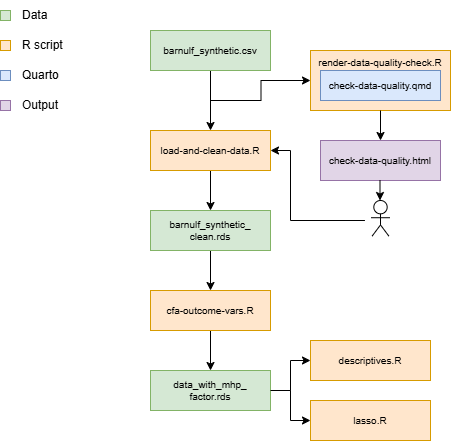
Before: figure-pipe.png, a diagram exported from draw.io (MagIvarsson/git-course-exam). Source tidied: cells renumbered, new cells last; positions are measured from the earlier drawing's top-left corner, leaving out a move shared by most shapes. Its diagram source:
```xml
<mxGraphModel>
  <root>
    <mxCell id="0" />
    <mxCell id="1" parent="0" />
    <mxCell id="2" value="render-data-quality-check.R" style="rounded=0;whiteSpace=wrap;html=1;fillColor=#ffe6cc;strokeColor=#d79b00;verticalAlign=top;fontSize=10;" parent="1" vertex="1">
      <mxGeometry x="310" y="50" width="140" height="60" as="geometry" />
    </mxCell>
    <mxCell id="3" style="edgeStyle=orthogonalEdgeStyle;rounded=0;jettySize=auto;html=1;exitX=0.5;exitY=1;exitDx=0;exitDy=0;entryX=0.5;entryY=0;entryDx=0;entryDy=0;fontSize=10;" parent="1" edge="1" source="4" target="12">
      <mxGeometry relative="1" as="geometry" />
    </mxCell>
    <mxCell id="4" value="load-and-clean-data.R" style="rounded=0;whiteSpace=wrap;html=1;fillColor=#ffe6cc;strokeColor=#d79b00;fontSize=10;" parent="1" vertex="1">
      <mxGeometry x="150" y="130" width="120" height="40" as="geometry" />
    </mxCell>
    <mxCell id="5" style="rounded=0;whiteSpace=wrap;html=1;fillColor=#d5e8d4;strokeColor=#82b366;" parent="1" vertex="1">
      <mxGeometry y="10" width="10" height="10" as="geometry" />
    </mxCell>
    <mxCell id="6" value="Data" style="text;html=1;whiteSpace=wrap;strokeColor=none;fillColor=none;align=left;verticalAlign=middle;rounded=0;" parent="1" vertex="1">
      <mxGeometry x="20" width="60" height="30" as="geometry" />
    </mxCell>
    <mxCell id="7" style="edgeStyle=orthogonalEdgeStyle;rounded=0;jettySize=auto;html=1;exitX=0.5;exitY=1;exitDx=0;exitDy=0;entryX=0.5;entryY=0;entryDx=0;entryDy=0;fontSize=10;" parent="1" edge="1" source="8" target="4">
      <mxGeometry relative="1" as="geometry" />
    </mxCell>
    <mxCell id="8" value="barnulf_synthetic.csv" style="rounded=0;whiteSpace=wrap;html=1;fillColor=#d5e8d4;strokeColor=#82b366;fontSize=10;" parent="1" vertex="1">
      <mxGeometry x="150" y="30" width="120" height="40" as="geometry" />
    </mxCell>
    <mxCell id="9" style="rounded=0;whiteSpace=wrap;html=1;fillColor=#ffe6cc;strokeColor=#d79b00;" parent="1" vertex="1">
      <mxGeometry y="40" width="10" height="10" as="geometry" />
    </mxCell>
    <mxCell id="10" value="R script" style="text;html=1;whiteSpace=wrap;strokeColor=none;fillColor=none;align=left;verticalAlign=middle;rounded=0;" parent="1" vertex="1">
      <mxGeometry x="20" y="30" width="60" height="30" as="geometry" />
    </mxCell>
    <mxCell id="11" style="edgeStyle=orthogonalEdgeStyle;rounded=0;jettySize=auto;html=1;" parent="1" edge="1" source="12" target="25">
      <mxGeometry relative="1" as="geometry" />
    </mxCell>
    <mxCell id="12" value="barnulf_synthetic_&lt;br&gt;clean.rds" style="rounded=0;whiteSpace=wrap;html=1;fillColor=#d5e8d4;strokeColor=#82b366;fontSize=10;" parent="1" vertex="1">
      <mxGeometry x="150" y="210" width="120" height="40" as="geometry" />
    </mxCell>
    <mxCell id="13" value="check-data-quality.html" style="rounded=0;whiteSpace=wrap;html=1;fillColor=#e1d5e7;strokeColor=#9673a6;fontSize=10;" parent="1" vertex="1">
      <mxGeometry x="320" y="140" width="120" height="40" as="geometry" />
    </mxCell>
    <mxCell id="14" style="edgeStyle=orthogonalEdgeStyle;rounded=0;jettySize=auto;html=1;fontSize=10;exitX=0.5;exitY=1;exitDx=0;exitDy=0;entryX=0.5;entryY=0;entryDx=0;entryDy=0;" parent="1" edge="1" source="2" target="13">
      <mxGeometry x="-0.7" relative="1" as="geometry" />
    </mxCell>
    <mxCell id="15" value="check-data-quality.qmd" style="rounded=0;whiteSpace=wrap;html=1;labelBackgroundColor=none;fillColor=#dae8fc;strokeColor=#6c8ebf;fillStyle=solid;fontSize=10;" parent="1" vertex="1">
      <mxGeometry x="320" y="70" width="120" height="30" as="geometry" />
    </mxCell>
    <mxCell id="16" style="shape=mermaidUsecaseActor;actorType=normal;verticalLabelPosition=bottom;verticalAlign=top;html=1;outlineConnect=0;fontSize=10;" parent="1" vertex="1">
      <mxGeometry x="364.4" y="200" width="31.1" height="40" as="geometry" />
    </mxCell>
    <mxCell id="17" style="endArrow=classic;html=1;rounded=0;edgeStyle=orthogonalEdgeStyle;fontSize=10;entryX=1;entryY=0.5;entryDx=0;entryDy=0;" parent="1" edge="1" source="16" target="4">
      <mxGeometry x="-0.2" relative="1" as="geometry">
        <Array as="points">
          <mxPoint x="290" y="220" />
          <mxPoint x="290" y="150" />
        </Array>
      </mxGeometry>
    </mxCell>
    <mxCell id="18" style="rounded=0;whiteSpace=wrap;html=1;fillColor=#dae8fc;strokeColor=#6c8ebf;" parent="1" vertex="1">
      <mxGeometry y="70" width="10" height="10" as="geometry" />
    </mxCell>
    <mxCell id="19" value="Quarto" style="text;html=1;whiteSpace=wrap;strokeColor=none;fillColor=none;align=left;verticalAlign=middle;rounded=0;" parent="1" vertex="1">
      <mxGeometry x="20" y="60" width="60" height="30" as="geometry" />
    </mxCell>
    <mxCell id="20" style="rounded=0;whiteSpace=wrap;html=1;fillColor=#e1d5e7;strokeColor=#9673a6;" parent="1" vertex="1">
      <mxGeometry y="100" width="10" height="10" as="geometry" />
    </mxCell>
    <mxCell id="21" value="Output" style="text;html=1;whiteSpace=wrap;strokeColor=none;fillColor=none;align=left;verticalAlign=middle;rounded=0;" parent="1" vertex="1">
      <mxGeometry x="20" y="90" width="60" height="30" as="geometry" />
    </mxCell>
    <mxCell id="22" style="edgeStyle=orthogonalEdgeStyle;rounded=0;jettySize=auto;html=1;entryX=0;entryY=0.5;entryDx=0;entryDy=0;fontSize=10;" parent="1" edge="1" target="2">
      <mxGeometry x="-0.43" relative="1" as="geometry">
        <mxPoint x="210" y="100" as="sourcePoint" />
      </mxGeometry>
    </mxCell>
    <mxCell id="23" style="edgeStyle=orthogonalEdgeStyle;rounded=0;orthogonalLoop=1;jettySize=auto;html=1;fontSize=10;exitX=0.5;exitY=1;exitDx=0;exitDy=0;entryX=0.5;entryY=0;entryDx=0;entryDy=0;" parent="1" edge="1">
      <mxGeometry x="-0.7" relative="1" as="geometry">
        <mxPoint x="379.5" y="180" as="sourcePoint" />
        <mxPoint x="379.5" y="200" as="targetPoint" />
      </mxGeometry>
    </mxCell>
    <mxCell id="24" style="edgeStyle=orthogonalEdgeStyle;rounded=0;jettySize=auto;html=1;" parent="1" edge="1" source="25" target="27">
      <mxGeometry relative="1" as="geometry" />
    </mxCell>
    <mxCell id="25" value="cfa-outcome-vars.R" style="rounded=0;whiteSpace=wrap;html=1;fillColor=#ffe6cc;strokeColor=#d79b00;fontSize=10;" parent="1" vertex="1">
      <mxGeometry x="150" y="290" width="120" height="40" as="geometry" />
    </mxCell>
    <mxCell id="26" style="edgeStyle=orthogonalEdgeStyle;rounded=0;jettySize=auto;html=1;" parent="1" edge="1" source="27" target="29">
      <mxGeometry relative="1" as="geometry" />
    </mxCell>
    <mxCell id="27" value="data_with_mhp_&lt;br&gt;factor.rds" style="rounded=0;whiteSpace=wrap;html=1;fillColor=#d5e8d4;strokeColor=#82b366;fontSize=10;" parent="1" vertex="1">
      <mxGeometry x="150" y="370" width="120" height="40" as="geometry" />
    </mxCell>
    <mxCell id="28" value="descriptives.R" style="rounded=0;whiteSpace=wrap;html=1;fillColor=#ffe6cc;strokeColor=#d79b00;fontSize=10;" parent="1" vertex="1">
      <mxGeometry x="310" y="340" width="120" height="40" as="geometry" />
    </mxCell>
    <mxCell id="29" value="lasso.R" style="rounded=0;whiteSpace=wrap;html=1;fillColor=#ffe6cc;strokeColor=#d79b00;fontSize=10;" parent="1" vertex="1">
      <mxGeometry x="310" y="400" width="120" height="40" as="geometry" />
    </mxCell>
    <mxCell id="30" style="edgeStyle=orthogonalEdgeStyle;rounded=0;jettySize=auto;html=1;entryX=0;entryY=0.5;entryDx=0;entryDy=0;" parent="1" edge="1" target="28">
      <mxGeometry relative="1" as="geometry">
        <mxPoint x="270" y="390" as="sourcePoint" />
        <Array as="points">
          <mxPoint x="290" y="390" />
          <mxPoint x="290" y="360" />
        </Array>
      </mxGeometry>
    </mxCell>
  </root>
</mxGraphModel>
```
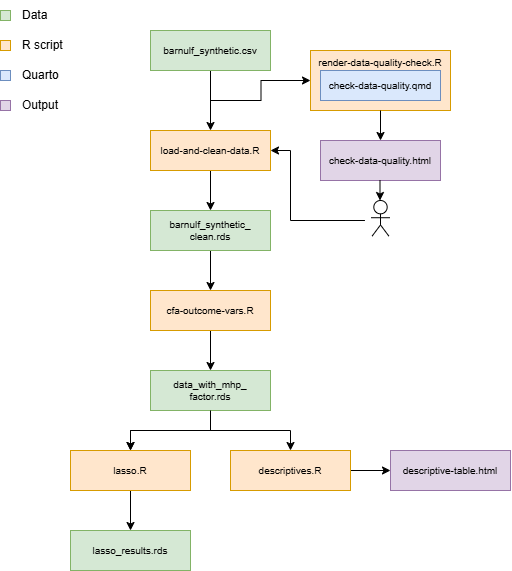
The same diagram one commit later.

Commit message:
Added lasso and descriptives script to flow chart figure

What changed in the source:
```diff
@@ -67,43 +67,52 @@
     <mxCell id="21" value="Output" style="text;html=1;whiteSpace=wrap;strokeColor=none;fillColor=none;align=left;verticalAlign=middle;rounded=0;" parent="1" vertex="1">
       <mxGeometry x="20" y="90" width="60" height="30" as="geometry" />
     </mxCell>
-    <mxCell id="22" style="edgeStyle=orthogonalEdgeStyle;rounded=0;jettySize=auto;html=1;entryX=0;entryY=0.5;entryDx=0;entryDy=0;fontSize=10;" parent="1" edge="1" target="2">
-      <mxGeometry x="-0.43" relative="1" as="geometry">
-        <mxPoint x="210" y="100" as="sourcePoint" />
-      </mxGeometry>
-    </mxCell>
-    <mxCell id="23" style="edgeStyle=orthogonalEdgeStyle;rounded=0;orthogonalLoop=1;jettySize=auto;html=1;fontSize=10;exitX=0.5;exitY=1;exitDx=0;exitDy=0;entryX=0.5;entryY=0;entryDx=0;entryDy=0;" parent="1" edge="1">
-      <mxGeometry x="-0.7" relative="1" as="geometry">
-        <mxPoint x="379.5" y="180" as="sourcePoint" />
-        <mxPoint x="379.5" y="200" as="targetPoint" />
-      </mxGeometry>
-    </mxCell>
+    <mxCell id="31" style="edgeStyle=orthogonalEdgeStyle;rounded=0;jettySize=auto;html=1;entryX=0;entryY=0.5;entryDx=0;entryDy=0;fontSize=10;" parent="1" edge="1" target="2">
+      <mxGeometry x="-0.43" relative="1" as="geometry">
+        <mxPoint x="210" y="100" as="sourcePoint" />
+      </mxGeometry>
+    </mxCell>
+    <mxCell id="32" style="edgeStyle=orthogonalEdgeStyle;rounded=0;orthogonalLoop=1;jettySize=auto;html=1;fontSize=10;exitX=0.5;exitY=1;exitDx=0;exitDy=0;entryX=0.5;entryY=0;entryDx=0;entryDy=0;" parent="1" edge="1">
+      <mxGeometry x="-0.7" relative="1" as="geometry">
+        <mxPoint x="379.5" y="180" as="sourcePoint" />
+        <mxPoint x="379.5" y="200" as="targetPoint" />
+      </mxGeometry>
+    </mxCell>
     <mxCell id="24" style="edgeStyle=orthogonalEdgeStyle;rounded=0;jettySize=auto;html=1;" parent="1" edge="1" source="25" target="27">
       <mxGeometry relative="1" as="geometry" />
     </mxCell>
     <mxCell id="25" value="cfa-outcome-vars.R" style="rounded=0;whiteSpace=wrap;html=1;fillColor=#ffe6cc;strokeColor=#d79b00;fontSize=10;" parent="1" vertex="1">
       <mxGeometry x="150" y="290" width="120" height="40" as="geometry" />
     </mxCell>
-    <mxCell id="26" style="edgeStyle=orthogonalEdgeStyle;rounded=0;jettySize=auto;html=1;" parent="1" edge="1" source="27" target="29">
-      <mxGeometry relative="1" as="geometry" />
-    </mxCell>
+    <mxCell id="33" style="edgeStyle=orthogonalEdgeStyle;rounded=0;jettySize=auto;html=1;" parent="1" edge="1" source="27" target="29">
+      <mxGeometry relative="1" as="geometry" />
+    </mxCell>
+    <mxCell id="34" style="edgeStyle=orthogonalEdgeStyle;rounded=0;jettySize=auto;html=1;" parent="1" edge="1" source="27" target="29">
+      <mxGeometry relative="1" as="geometry" />
+    </mxCell>
     <mxCell id="27" value="data_with_mhp_&lt;br&gt;factor.rds" style="rounded=0;whiteSpace=wrap;html=1;fillColor=#d5e8d4;strokeColor=#82b366;fontSize=10;" parent="1" vertex="1">
       <mxGeometry x="150" y="370" width="120" height="40" as="geometry" />
     </mxCell>
+    <mxCell id="35" style="edgeStyle=orthogonalEdgeStyle;rounded=0;jettySize=auto;html=1;" parent="1" edge="1" source="28" target="38">
+      <mxGeometry relative="1" as="geometry" />
+    </mxCell>
     <mxCell id="28" value="descriptives.R" style="rounded=0;whiteSpace=wrap;html=1;fillColor=#ffe6cc;strokeColor=#d79b00;fontSize=10;" parent="1" vertex="1">
-      <mxGeometry x="310" y="340" width="120" height="40" as="geometry" />
+      <mxGeometry x="230" y="450" width="120" height="40" as="geometry" />
     </mxCell>
+    <mxCell id="36" style="edgeStyle=orthogonalEdgeStyle;rounded=0;jettySize=auto;html=1;" parent="1" edge="1" source="29" target="37">
+      <mxGeometry relative="1" as="geometry" />
+    </mxCell>
     <mxCell id="29" value="lasso.R" style="rounded=0;whiteSpace=wrap;html=1;fillColor=#ffe6cc;strokeColor=#d79b00;fontSize=10;" parent="1" vertex="1">
-      <mxGeometry x="310" y="400" width="120" height="40" as="geometry" />
+      <mxGeometry x="70" y="450" width="120" height="40" as="geometry" />
     </mxCell>
-    <mxCell id="30" style="edgeStyle=orthogonalEdgeStyle;rounded=0;jettySize=auto;html=1;entryX=0;entryY=0.5;entryDx=0;entryDy=0;" parent="1" edge="1" target="28">
-      <mxGeometry relative="1" as="geometry">
-        <mxPoint x="270" y="390" as="sourcePoint" />
-        <Array as="points">
-          <mxPoint x="290" y="390" />
-          <mxPoint x="290" y="360" />
-        </Array>
-      </mxGeometry>
-    </mxCell>
+    <mxCell id="37" value="lasso_results.rds" style="rounded=0;whiteSpace=wrap;html=1;fillColor=#d5e8d4;strokeColor=#82b366;fontSize=10;" parent="1" vertex="1">
+      <mxGeometry x="70" y="530" width="120" height="40" as="geometry" />
+    </mxCell>
+    <mxCell id="38" value="descriptive-table.html" style="rounded=0;whiteSpace=wrap;html=1;fillColor=#e1d5e7;strokeColor=#9673a6;fontSize=10;" parent="1" vertex="1">
+      <mxGeometry x="390" y="450" width="120" height="40" as="geometry" />
+    </mxCell>
+    <mxCell id="39" style="edgeStyle=orthogonalEdgeStyle;rounded=0;jettySize=auto;html=1;entryX=0.5;entryY=0;entryDx=0;entryDy=0;exitX=0.5;exitY=1;exitDx=0;exitDy=0;" parent="1" edge="1" source="27" target="28">
+      <mxGeometry x="-0.5" relative="1" as="geometry" />
+    </mxCell>
   </root>
 </mxGraphModel>
```
